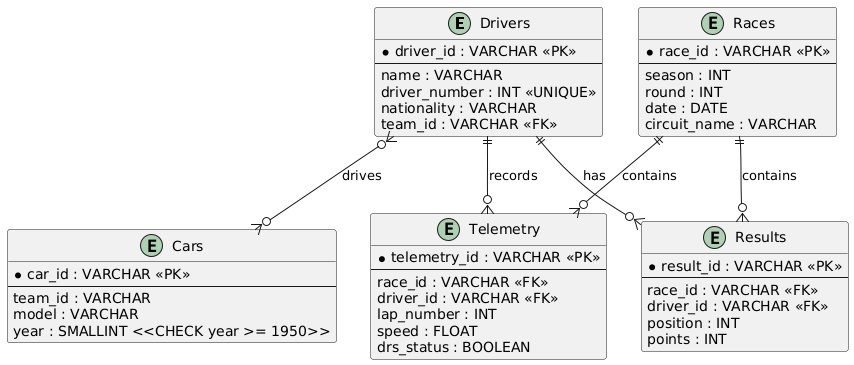
The PlantUML diagram diagrams/non-chen-erd.png in nimankz/f1-season-compare, before a commit.
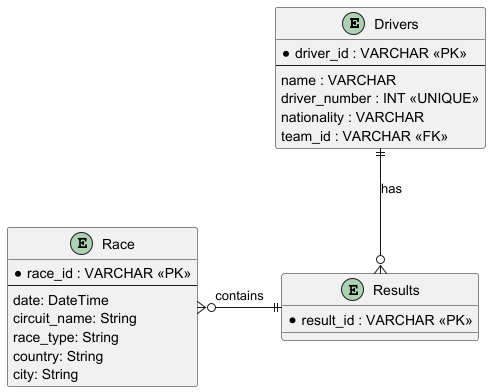
The same diagram one commit later.

The edit, as a diff of the source:
```diff
@@ -8,45 +8,21 @@
   team_id : VARCHAR <<FK>>
 }
 
-entity "Cars" {
-  *car_id : VARCHAR <<PK>>
-  --
-  team_id : VARCHAR
-  model : VARCHAR
-  year : SMALLINT <<CHECK year >= 1950>>
-}
-
-entity "Races" {
+entity "Race" {
   *race_id : VARCHAR <<PK>>
   --
-  season : INT
-  round : INT
-  date : DATE
-  circuit_name : VARCHAR
+  date: DateTime
+  circuit_name: String
+  race_type: String
+  country: String
+  city: String
 }
 
 entity "Results" {
   *result_id : VARCHAR <<PK>>
-  --
-  race_id : VARCHAR <<FK>>
-  driver_id : VARCHAR <<FK>>
-  position : INT
-  points : INT
 }
 
-entity "Telemetry" {
-  *telemetry_id : VARCHAR <<PK>>
-  --
-  race_id : VARCHAR <<FK>>
-  driver_id : VARCHAR <<FK>>
-  lap_number : INT
-  speed : FLOAT
-  drs_status : BOOLEAN
-}
 
 Drivers ||--o{ Results : "has"
-Races ||--o{ Results : "contains"
-Drivers ||--o{ Telemetry : "records"
-Races ||--o{ Telemetry : "contains"
-Drivers }o--o{ Cars : "drives"
+Race }o-|| Results : "contains"
 @enduml
```
